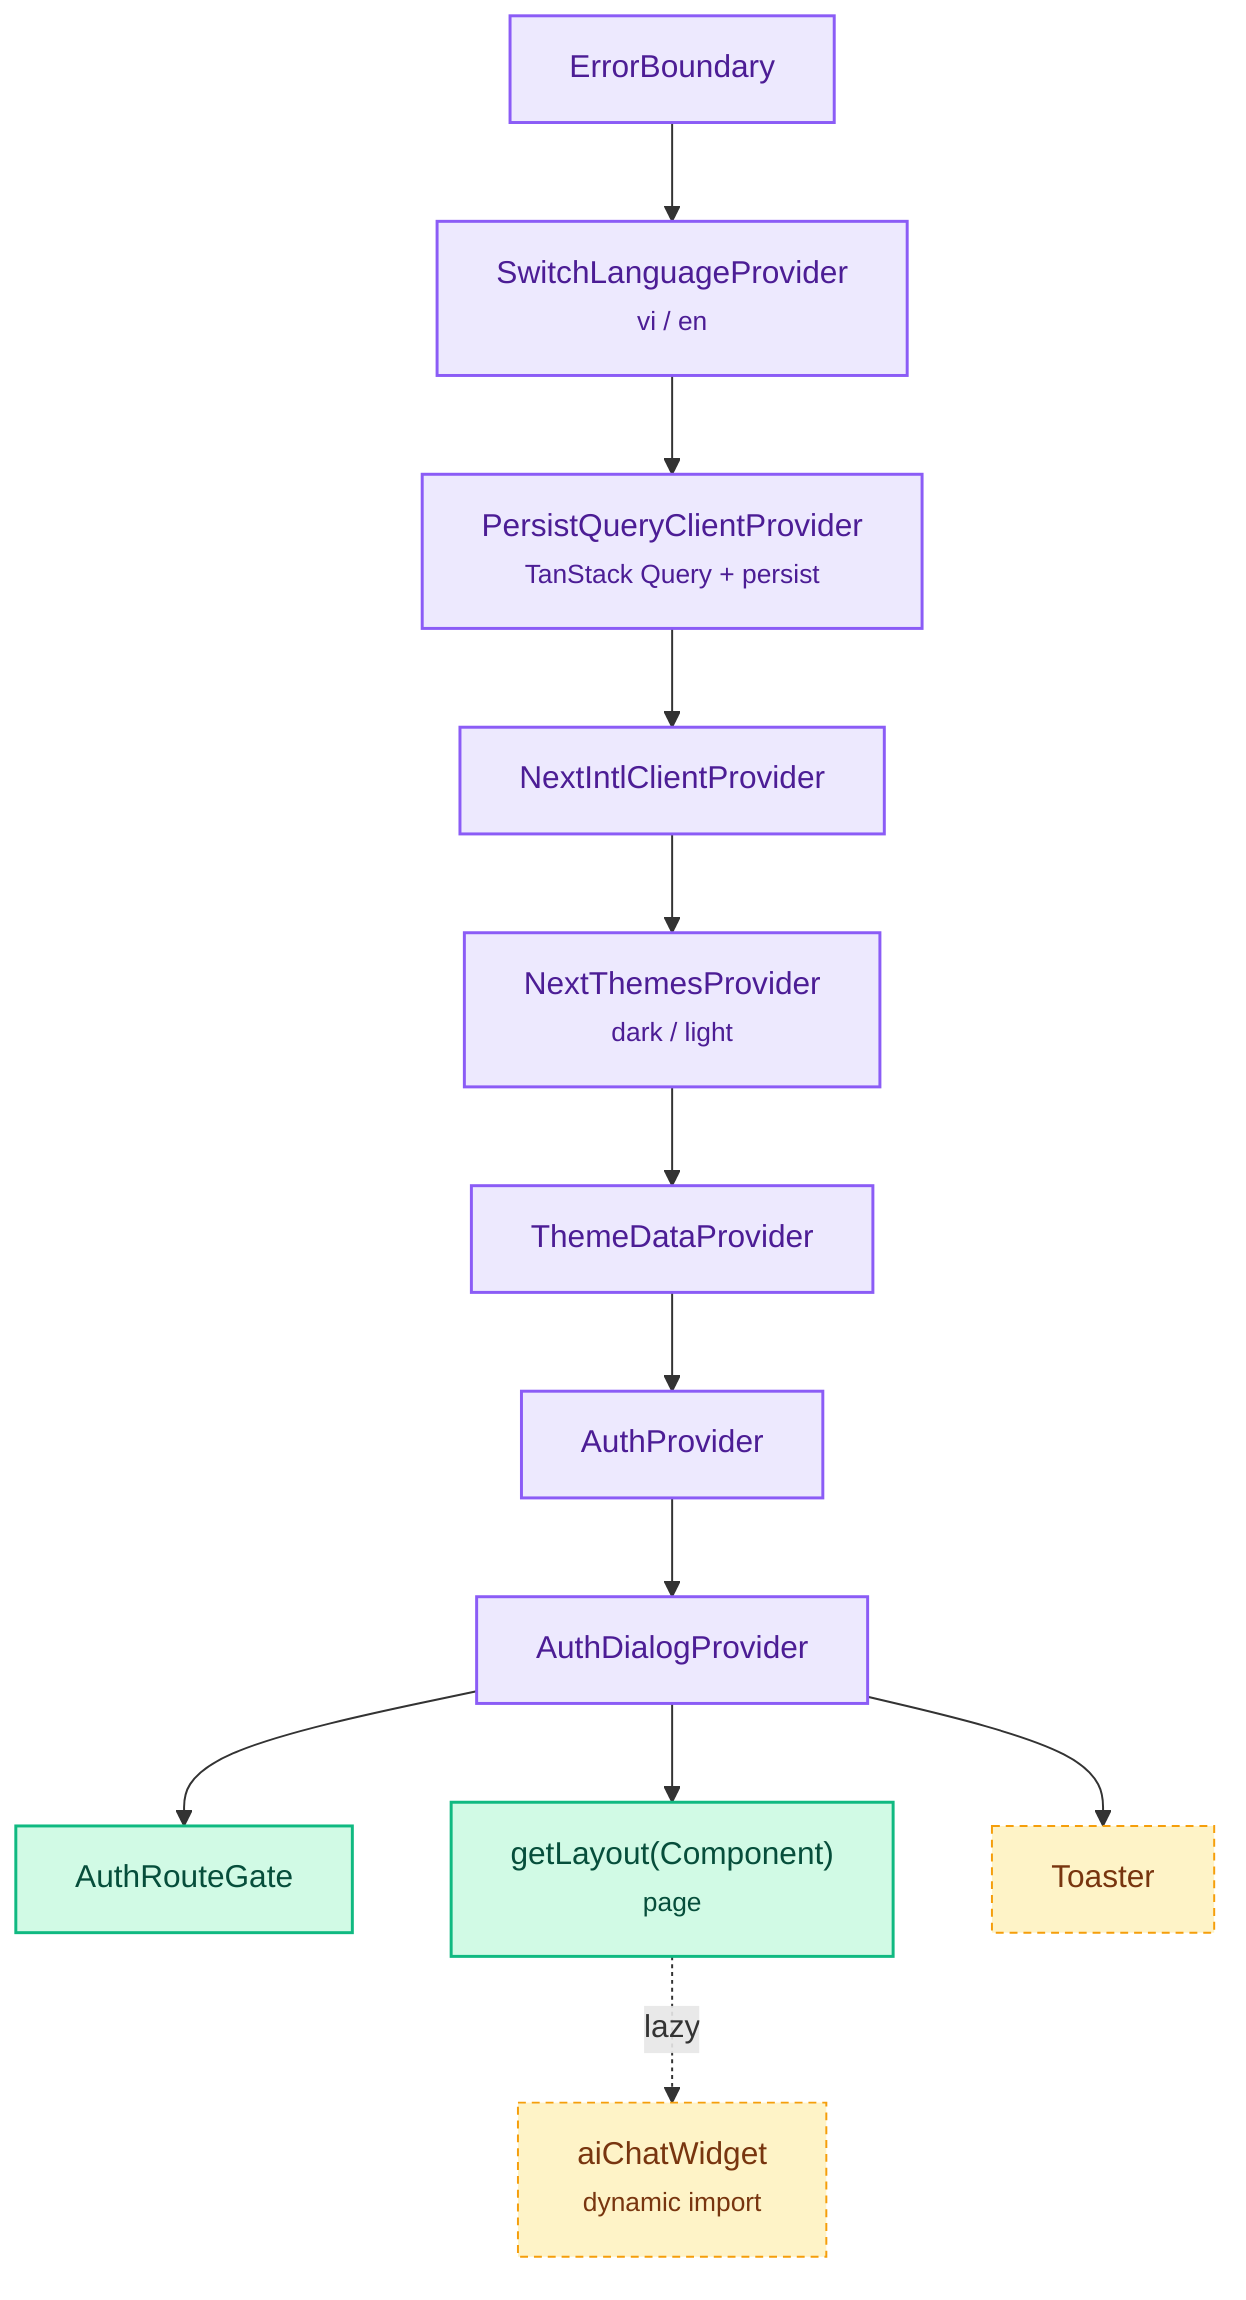
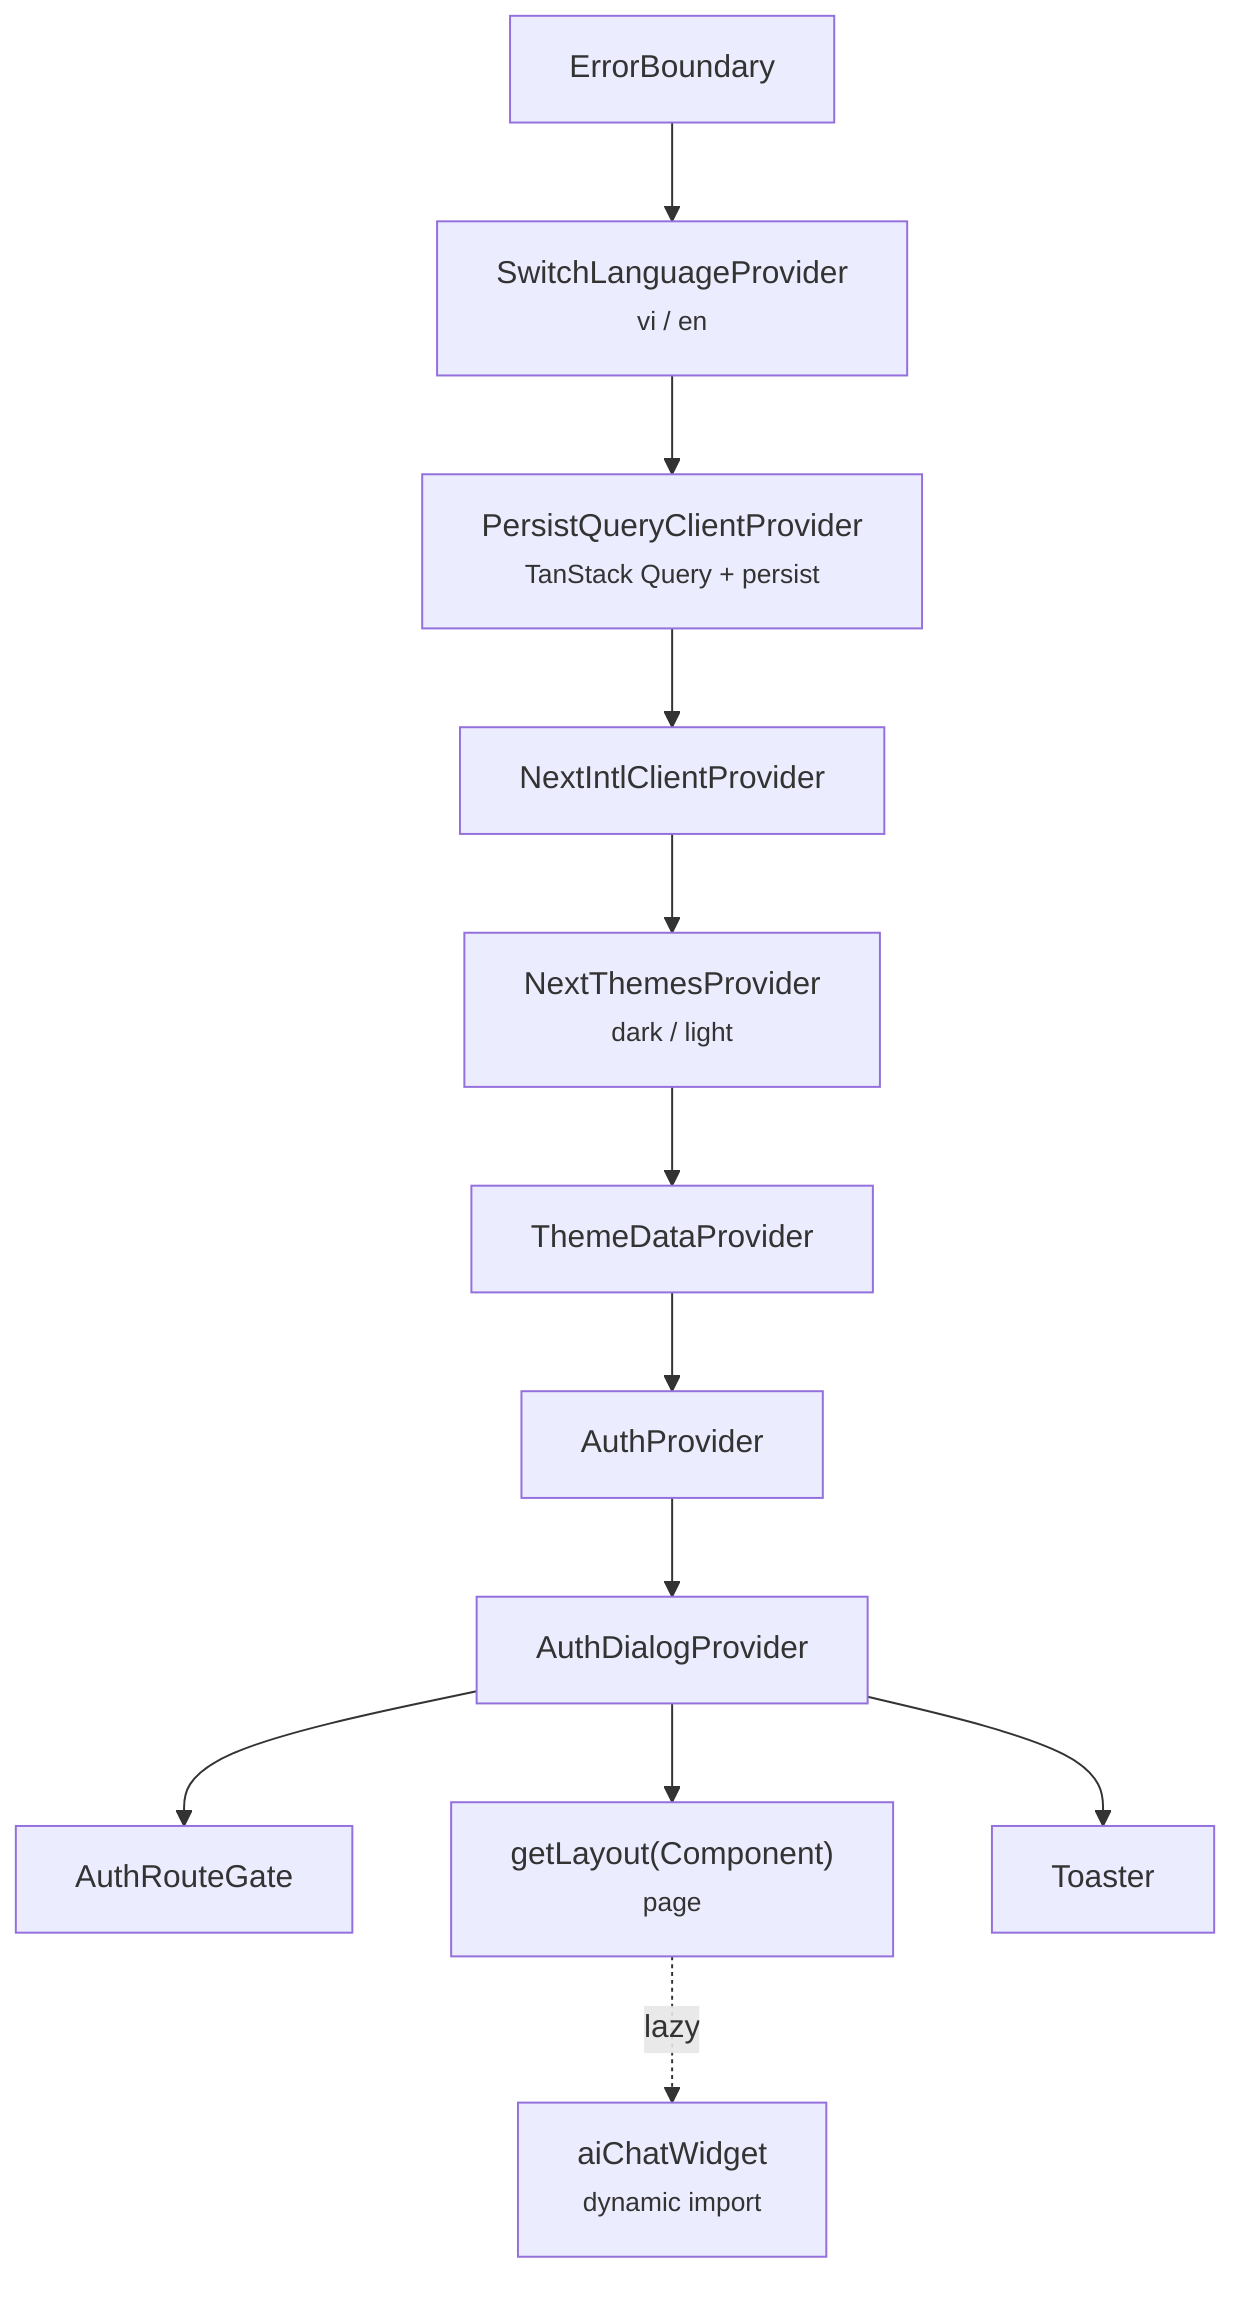
flowchart TD
 EB["ErrorBoundary"] --> SL["SwitchLanguageProvider<br/><small>vi / en</small>"]
 SL --> PQ["PersistQueryClientProvider<br/><small>TanStack Query + persist</small>"]
 PQ --> NI["NextIntlClientProvider"]
 NI --> NT["NextThemesProvider<br/><small>dark / light</small>"]
 NT --> TD["ThemeDataProvider"]
 TD --> AU["AuthProvider"]
 AU --> AD["AuthDialogProvider"]
 AD --> ARG["AuthRouteGate"]
 AD --> PAGE["getLayout(Component)<br/><small>page</small>"]
 AD --> T["Toaster"]
 PAGE -. lazy .-> AIW["aiChatWidget<br/><small>dynamic import</small>"]
- 
-  classDef prov fill:#ede9fe,stroke:#8b5cf6,color:#4c1d95,stroke-width:1.5px
-  classDef page fill:#d1fae5,stroke:#10b981,color:#064e3b,stroke-width:1.5px
-  classDef extra fill:#fef3c7,stroke:#f59e0b,color:#78350f,stroke-dasharray:4 3
-  class EB,SL,PQ,NI,NT,TD,AU,AD prov
-  class PAGE,ARG page
-  class T,AIW extra
